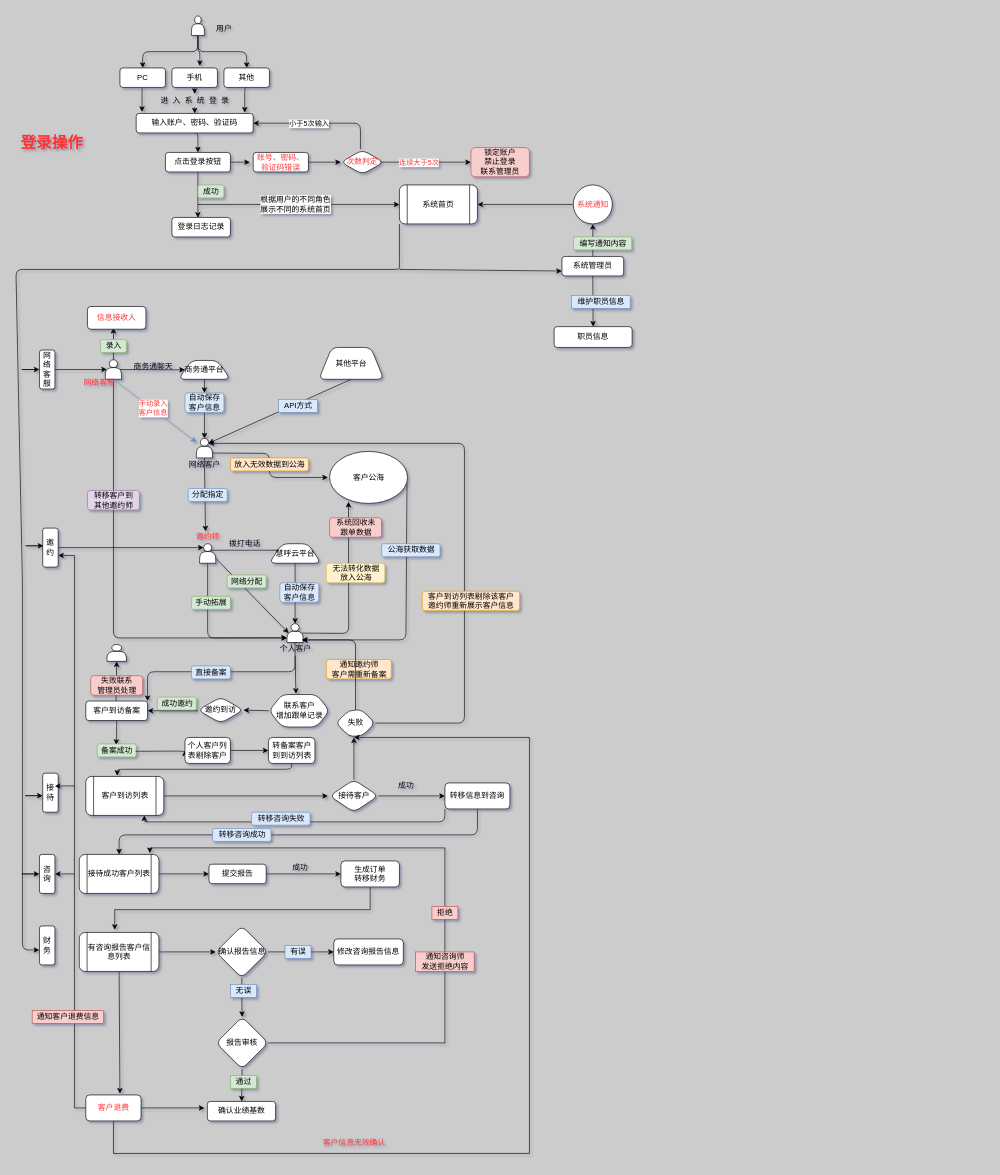
Earlier version of the draw.io diagram Untitled Diagram.drawio (cdcmo/hgedu). Source tidied: cells renumbered, new cells numbered last; positions are measured from the earlier drawing's top-left corner, leaving out a move shared by most shapes. Both pictures are drawn from the tidied source at 65%, with x=0, y=0 at pixel (16, 16).
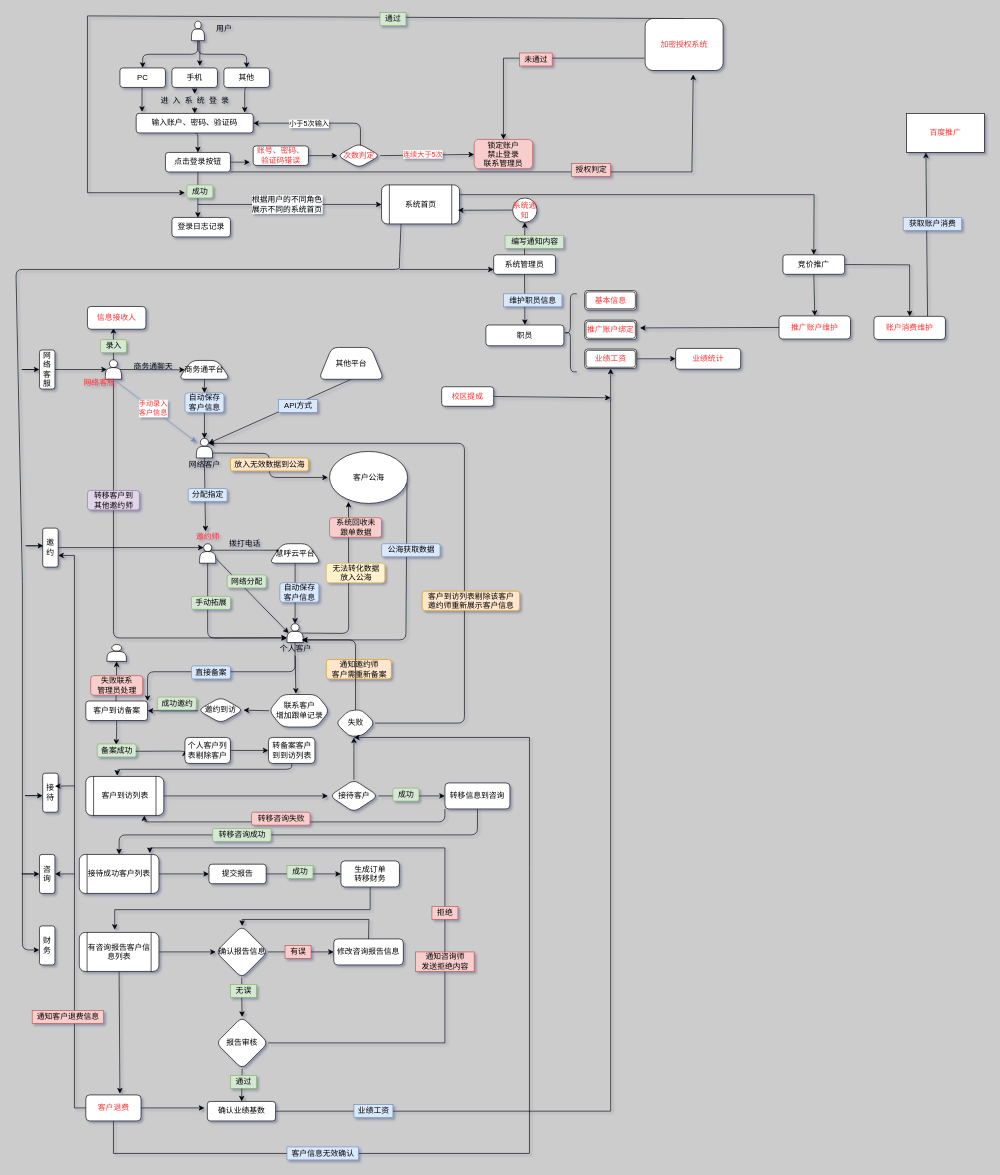
After the change.

The change refers to these unchanged cells:
```xml
<mxCell id="21" value="点击登录按钮" style="whiteSpace=wrap;html=1;rounded=1;" parent="1" vertex="1">
  <mxGeometry x="230" y="210" width="100" height="30" as="geometry" />
</mxCell>
<mxCell id="127" value="财务" style="whiteSpace=wrap;html=1;fontColor=#000000;rounded=1;" parent="1" vertex="1">
  <mxGeometry x="36.2" y="1400" width="23.8" height="60" as="geometry" />
</mxCell>
<mxCell id="135" value="修改咨询报告信息" style="rounded=1;whiteSpace=wrap;html=1;" parent="1" vertex="1">
  <mxGeometry x="489" y="1420" width="107" height="40" as="geometry" />
</mxCell>
<mxCell id="146" value="&lt;font color=&quot;#000000&quot;&gt;确认业绩基数&lt;/font&gt;" style="rounded=1;whiteSpace=wrap;html=1;fontColor=#FF3333;" parent="1" vertex="1">
  <mxGeometry x="294.5" y="1670" width="105" height="30" as="geometry" />
</mxCell>
```

What changed in the source:
```diff
@@
     <mxCell id="13" style="shape=actor;whiteSpace=wrap;html=1;rounded=1;" parent="1" vertex="1">
-      <mxGeometry x="270" width="20" height="30" as="geometry" />
+      <mxGeometry x="270" y="8" width="20" height="30" as="geometry" />
     </mxCell>
@@
+    <mxCell id="166" style="edgeStyle=none;rounded=0;jettySize=auto;html=1;exitX=1;exitY=1;exitDx=0;exitDy=0;fontColor=#FF3333;entryX=0.617;entryY=1.075;entryDx=0;entryDy=0;entryPerimeter=0;" parent="1" edge="1" source="21" target="180">
+      <mxGeometry relative="1" as="geometry">
+        <Array as="points">
+          <mxPoint x="1040" y="240" />
+        </Array>
+      </mxGeometry>
+    </mxCell>
@@
     <mxCell id="23" value="成功" style="text;html=1;align=center;verticalAlign=middle;points=[];fillColor=#d5e8d4;strokeColor=#82b366;rounded=1;" parent="1" vertex="1">
-      <mxGeometry x="280" y="260" width="40" height="20" as="geometry" />
+      <mxGeometry x="263" y="260" width="40" height="20" as="geometry" />
     </mxCell>
-    <mxCell id="24" style="edgeStyle=none;jettySize=auto;html=1;exitX=1;exitY=0.5;exitDx=0;exitDy=0;" parent="1" edge="1" source="25">
-      <mxGeometry relative="1" as="geometry">
-        <mxPoint x="500" y="225" as="targetPoint" />
-      </mxGeometry>
+    <mxCell id="24" style="edgeStyle=none;jettySize=auto;html=1;exitX=1;exitY=0.5;exitDx=0;exitDy=0;entryX=0;entryY=0.5;entryDx=0;entryDy=0;" parent="1" edge="1" source="25" target="31">
+      <mxGeometry relative="1" as="geometry" />
     </mxCell>
     <mxCell id="25" value="&lt;span style=&quot;color: rgb(255 , 51 , 51)&quot;&gt;账号、密码、&lt;/span&gt;&lt;br style=&quot;color: rgb(255 , 51 , 51)&quot;&gt;&lt;span style=&quot;color: rgb(255 , 51 , 51)&quot;&gt;验证码错误&lt;/span&gt;" style="whiteSpace=wrap;html=1;rounded=1;" parent="1" vertex="1">
-      <mxGeometry x="365" y="210" width="85" height="30" as="geometry" />
+      <mxGeometry x="365" y="200" width="85" height="30" as="geometry" />
     </mxCell>
-    <mxCell id="26" style="edgeStyle=none;jettySize=auto;html=1;exitX=1;exitY=0.5;exitDx=0;exitDy=0;" parent="1" edge="1" target="30">
-      <mxGeometry relative="1" as="geometry">
-        <mxPoint x="560" y="225" as="sourcePoint" />
-      </mxGeometry>
+    <mxCell id="26" style="edgeStyle=none;jettySize=auto;html=1;exitX=1;exitY=0.5;exitDx=0;exitDy=0;" parent="1" edge="1" source="31" target="30">
+      <mxGeometry relative="1" as="geometry" />
     </mxCell>
     <mxCell id="27" value="连续大于5次" style="edgeLabel;html=1;align=center;verticalAlign=middle;fontColor=#FF3333;rounded=1;" parent="26" vertex="1">
       <mxGeometry x="-0.31" y="-1" relative="1" as="geometry">
-        <mxPoint x="11.7" y="-1" as="offset" />
+        <mxPoint x="14.5" y="-2.8" as="offset" />
       </mxGeometry>
     </mxCell>
@@
     <mxCell id="30" value="锁定账户&lt;br&gt;禁止登录&lt;br&gt;联系管理员" style="whiteSpace=wrap;html=1;fillColor=#f8cecc;strokeColor=#b85450;rounded=1;" parent="1" vertex="1">
-      <mxGeometry x="700" y="202.5" width="90" height="45" as="geometry" />
+      <mxGeometry x="705" y="190" width="90" height="45" as="geometry" />
     </mxCell>
     <mxCell id="31" value="次数判定" style="rhombus;whiteSpace=wrap;html=1;fontColor=#FF3333;rounded=1;" parent="1" vertex="1">
-      <mxGeometry x="500" y="206.2" width="66" height="37.5" as="geometry" />
+      <mxGeometry x="494.5" y="196.2" width="66" height="37.5" as="geometry" />
     </mxCell>
-    <mxCell id="32" style="edgeStyle=none;jettySize=auto;html=1;exitX=0;exitY=1;exitDx=0;exitDy=0;fontColor=#000000;entryX=-0.011;entryY=0.617;entryDx=0;entryDy=0;entryPerimeter=0;" parent="1" edge="1" source="33" target="127">
+    <mxCell id="32" style="edgeStyle=none;jettySize=auto;html=1;exitX=0.25;exitY=1;exitDx=0;exitDy=0;fontColor=#000000;entryX=-0.011;entryY=0.617;entryDx=0;entryDy=0;entryPerimeter=0;" parent="1" edge="1" source="33" target="127">
       <mxGeometry relative="1" as="geometry">
         <Array as="points">
           <mxPoint x="590" y="380" />
           <mxPoint x="590" y="390" />
           <mxPoint y="390" />
           <mxPoint x="10" y="870" />
           <mxPoint x="10" y="1110" />
           <mxPoint x="10" y="1230" />
           <mxPoint x="10" y="1313" />
           <mxPoint x="10" y="1437" />
         </Array>
       </mxGeometry>
     </mxCell>
+    <mxCell id="167" style="edgeStyle=none;rounded=0;jettySize=auto;html=1;exitX=1;exitY=0.25;exitDx=0;exitDy=0;entryX=0.5;entryY=0;entryDx=0;entryDy=0;fontColor=#FF3333;" parent="1" edge="1" source="33" target="186">
+      <mxGeometry relative="1" as="geometry">
+        <Array as="points">
+          <mxPoint x="1028" y="275" />
+          <mxPoint x="1228" y="275" />
+        </Array>
+      </mxGeometry>
+    </mxCell>
     <mxCell id="33" value="&lt;font color=&quot;#000000&quot;&gt;系统首页&lt;/font&gt;" style="shape=process;whiteSpace=wrap;html=1;backgroundOutline=1;fontColor=#FF3333;rounded=1;" parent="1" vertex="1">
-      <mxGeometry x="590" y="260" width="120" height="60" as="geometry" />
+      <mxGeometry x="562.5" y="260" width="120" height="60" as="geometry" />
     </mxCell>
-    <mxCell id="34" value="&lt;b&gt;&lt;font style=&quot;font-size: 24px&quot;&gt;登录操作&lt;/font&gt;&lt;/b&gt;" style="text;html=1;align=center;verticalAlign=middle;fontColor=#FF3333;rounded=1;" parent="1" vertex="1">
-      <mxGeometry y="186.2" width="110" height="20" as="geometry" />
-    </mxCell>
@@
-    <mxCell id="94" value="成功" style="text;html=1;align=center;verticalAlign=middle;fontColor=#000000;rounded=1;" parent="1" vertex="1">
-      <mxGeometry x="580" y="1175" width="40" height="20" as="geometry" />
+    <mxCell id="94" value="成功" style="text;html=1;align=center;verticalAlign=middle;rounded=1;fillColor=#d5e8d4;strokeColor=#82b366;" parent="1" vertex="1">
+      <mxGeometry x="580" y="1188" width="40" height="20" as="geometry" />
     </mxCell>
@@
-    <mxCell id="110" value="转移咨询成功" style="text;html=1;align=center;verticalAlign=middle;fillColor=#dae8fc;strokeColor=#6c8ebf;rounded=1;" parent="1" vertex="1">
+    <mxCell id="110" value="转移咨询成功" style="text;html=1;align=center;verticalAlign=middle;fillColor=#d5e8d4;strokeColor=#82b366;rounded=1;" parent="1" vertex="1">
       <mxGeometry x="302.5" y="1250" width="90" height="20" as="geometry" />
     </mxCell>
-    <mxCell id="111" value="转移咨询失败" style="text;html=1;align=center;verticalAlign=middle;fillColor=#dae8fc;strokeColor=#6c8ebf;rounded=1;" parent="1" vertex="1">
+    <mxCell id="111" value="转移咨询失败" style="text;html=1;align=center;verticalAlign=middle;fillColor=#f8cecc;strokeColor=#b85450;rounded=1;" parent="1" vertex="1">
       <mxGeometry x="362.5" y="1225" width="90" height="20" as="geometry" />
     </mxCell>
@@
-    <mxCell id="126" value="成功" style="text;html=1;align=center;verticalAlign=middle;" parent="1" vertex="1">
-      <mxGeometry x="417" y="1300" width="40" height="20" as="geometry" />
+    <mxCell id="126" value="成功" style="text;html=1;align=center;verticalAlign=middle;fillColor=#d5e8d4;strokeColor=#82b366;" parent="1" vertex="1">
+      <mxGeometry x="417" y="1307" width="40" height="20" as="geometry" />
     </mxCell>
@@
+    <mxCell id="168" style="edgeStyle=none;rounded=0;jettySize=auto;html=1;exitX=0.5;exitY=0;exitDx=0;exitDy=0;fontColor=#FF3333;" parent="1" edge="1" source="135">
+      <mxGeometry relative="1" as="geometry">
+        <mxPoint x="348" y="1400" as="targetPoint" />
+        <Array as="points">
+          <mxPoint x="543" y="1390" />
+          <mxPoint x="348" y="1390" />
+        </Array>
+      </mxGeometry>
+    </mxCell>
@@
-    <mxCell id="136" value="有误" style="text;html=1;align=center;verticalAlign=middle;fillColor=#dae8fc;strokeColor=#6c8ebf;" parent="1" vertex="1">
+    <mxCell id="136" value="有误" style="text;html=1;align=center;verticalAlign=middle;fillColor=#f8cecc;strokeColor=#b85450;" parent="1" vertex="1">
       <mxGeometry x="414" y="1430" width="40" height="20" as="geometry" />
     </mxCell>
@@
-    <mxCell id="145" value="&lt;font color=&quot;#000000&quot;&gt;无误&lt;/font&gt;" style="text;html=1;align=center;verticalAlign=middle;fillColor=#dae8fc;strokeColor=#6c8ebf;" parent="1" vertex="1">
+    <mxCell id="145" value="&lt;font color=&quot;#000000&quot;&gt;无误&lt;/font&gt;" style="text;html=1;align=center;verticalAlign=middle;fillColor=#d5e8d4;strokeColor=#82b366;" parent="1" vertex="1">
       <mxGeometry x="330" y="1490" width="40" height="20" as="geometry" />
     </mxCell>
+    <mxCell id="169" style="edgeStyle=none;rounded=0;jettySize=auto;html=1;exitX=1;exitY=0.5;exitDx=0;exitDy=0;entryX=0.5;entryY=1;entryDx=0;entryDy=0;fontColor=#FF3333;" parent="1" edge="1" source="146" target="173">
+      <mxGeometry relative="1" as="geometry">
+        <Array as="points">
+          <mxPoint x="915" y="1685" />
+        </Array>
+      </mxGeometry>
+    </mxCell>
@@
-    <mxCell id="153" value="客户信息无效确认" style="text;html=1;align=center;verticalAlign=middle;fontColor=#FF3333;" parent="1" vertex="1">
-      <mxGeometry x="465" y="1724" width="110" height="20" as="geometry" />
+    <mxCell id="153" value="客户信息无效确认" style="text;html=1;align=center;verticalAlign=middle;fillColor=#dae8fc;strokeColor=#6c8ebf;" parent="1" vertex="1">
+      <mxGeometry x="417" y="1740" width="110" height="20" as="geometry" />
     </mxCell>
@@
-    <mxCell id="157" style="edgeStyle=none;rounded=0;jettySize=auto;html=1;exitX=0;exitY=0.5;exitDx=0;exitDy=0;entryX=1;entryY=0.5;entryDx=0;entryDy=0;fontColor=#FF3333;" parent="1" edge="1" source="158" target="33">
+    <mxCell id="157" style="edgeStyle=none;rounded=0;jettySize=auto;html=1;exitX=0;exitY=0.5;exitDx=0;exitDy=0;entryX=0.979;entryY=0.65;entryDx=0;entryDy=0;entryPerimeter=0;fontColor=#FF3333;" parent="1" edge="1" source="158" target="33">
       <mxGeometry relative="1" as="geometry" />
     </mxCell>
     <mxCell id="158" value="系统通知" style="ellipse;whiteSpace=wrap;html=1;rounded=1;fontColor=#FF3333;" parent="1" vertex="1">
-      <mxGeometry x="857.5" y="260" width="60" height="60" as="geometry" />
+      <mxGeometry x="764.2" y="280" width="37.5" height="37.5" as="geometry" />
     </mxCell>
@@
     <mxCell id="162" value="系统管理员" style="whiteSpace=wrap;html=1;fontColor=#000000;rounded=1;" parent="1" vertex="1">
-      <mxGeometry x="840" y="370" width="95" height="30" as="geometry" />
+      <mxGeometry x="735" y="367.5" width="95" height="30" as="geometry" />
     </mxCell>
     <mxCell id="163" value="编写通知内容" style="text;html=1;align=center;verticalAlign=middle;fillColor=#d5e8d4;strokeColor=#82b366;" parent="1" vertex="1">
-      <mxGeometry x="857.5" y="340" width="90" height="20" as="geometry" />
+      <mxGeometry x="752.5" y="337.5" width="90" height="20" as="geometry" />
     </mxCell>
-    <mxCell id="164" value="&lt;font color=&quot;#000000&quot;&gt;职员信息&lt;/font&gt;" style="rounded=1;whiteSpace=wrap;html=1;fontColor=#FF3333;" parent="1" vertex="1">
-      <mxGeometry x="828" y="478" width="120" height="32" as="geometry" />
+    <mxCell id="164" value="&lt;font color=&quot;#000000&quot;&gt;职员&lt;/font&gt;" style="rounded=1;whiteSpace=wrap;html=1;fontColor=#FF3333;" parent="1" vertex="1">
+      <mxGeometry x="723" y="475.5" width="120" height="32" as="geometry" />
     </mxCell>
     <mxCell id="165" value="维护职员信息" style="text;html=1;align=center;verticalAlign=middle;fillColor=#dae8fc;strokeColor=#6c8ebf;" parent="1" vertex="1">
-      <mxGeometry x="855" y="430" width="90" height="20" as="geometry" />
+      <mxGeometry x="750" y="427.5" width="90" height="20" as="geometry" />
     </mxCell>
+    <mxCell id="170" style="shape=curlyBracket;whiteSpace=wrap;html=1;rounded=1;fontColor=#FF3333;" parent="1" vertex="1">
+      <mxGeometry x="843" y="427.5" width="20" height="120" as="geometry" />
+    </mxCell>
+    <mxCell id="171" value="推广账户绑定" style="shape=ext;double=1;rounded=1;whiteSpace=wrap;html=1;fontColor=#FF3333;" parent="1" vertex="1">
+      <mxGeometry x="875" y="468" width="80" height="30" as="geometry" />
+    </mxCell>
+    <mxCell id="172" style="edgeStyle=none;rounded=0;jettySize=auto;html=1;exitX=1;exitY=0.5;exitDx=0;exitDy=0;entryX=0;entryY=0.5;entryDx=0;entryDy=0;fontColor=#FF3333;" parent="1" edge="1" source="173" target="177">
+      <mxGeometry relative="1" as="geometry" />
+    </mxCell>
+    <mxCell id="173" value="业绩工资" style="shape=ext;double=1;rounded=1;whiteSpace=wrap;html=1;fontColor=#FF3333;" parent="1" vertex="1">
+      <mxGeometry x="875" y="512.5" width="80" height="30" as="geometry" />
+    </mxCell>
+    <mxCell id="174" value="业绩工资" style="text;html=1;align=center;verticalAlign=middle;fillColor=#dae8fc;strokeColor=#6c8ebf;" parent="1" vertex="1">
+      <mxGeometry x="520" y="1675" width="60" height="20" as="geometry" />
+    </mxCell>
+    <mxCell id="175" style="edgeStyle=none;rounded=0;jettySize=auto;html=1;exitX=1;exitY=0.5;exitDx=0;exitDy=0;fontColor=#FF3333;" parent="1" edge="1" source="176">
+      <mxGeometry relative="1" as="geometry">
+        <mxPoint x="915" y="587.5" as="targetPoint" />
+      </mxGeometry>
+    </mxCell>
+    <mxCell id="176" value="校区提成" style="rounded=1;whiteSpace=wrap;html=1;fontColor=#FF3333;" parent="1" vertex="1">
+      <mxGeometry x="655" y="570.5" width="80" height="30" as="geometry" />
+    </mxCell>
+    <mxCell id="177" value="业绩统计" style="rounded=1;whiteSpace=wrap;html=1;fontColor=#FF3333;" parent="1" vertex="1">
+      <mxGeometry x="1015" y="511.5" width="100" height="32" as="geometry" />
+    </mxCell>
+    <mxCell id="178" style="edgeStyle=none;rounded=0;jettySize=auto;html=1;entryX=0.5;entryY=0;entryDx=0;entryDy=0;fontColor=#FF3333;" parent="1" edge="1" target="30">
+      <mxGeometry relative="1" as="geometry">
+        <mxPoint x="967" y="65" as="sourcePoint" />
+        <Array as="points">
+          <mxPoint x="750" y="65" />
+        </Array>
+      </mxGeometry>
+    </mxCell>
+    <mxCell id="179" style="edgeStyle=none;rounded=0;jettySize=auto;html=1;exitX=0.5;exitY=0;exitDx=0;exitDy=0;entryX=-0.075;entryY=0.6;entryDx=0;entryDy=0;entryPerimeter=0;fontColor=#FF3333;" parent="1" edge="1" source="180" target="23">
+      <mxGeometry relative="1" as="geometry">
+        <Array as="points">
+          <mxPoint x="110" />
+          <mxPoint x="110" y="272" />
+        </Array>
+      </mxGeometry>
+    </mxCell>
+    <mxCell id="180" value="加密授权系统" style="rounded=1;whiteSpace=wrap;html=1;fontColor=#FF3333;" parent="1" vertex="1">
+      <mxGeometry x="968" y="4" width="120" height="80" as="geometry" />
+    </mxCell>
+    <mxCell id="181" value="授权判定" style="text;html=1;align=center;verticalAlign=middle;fillColor=#f8cecc;strokeColor=#b85450;" parent="1" vertex="1">
+      <mxGeometry x="855" y="227" width="60" height="20" as="geometry" />
+    </mxCell>
+    <mxCell id="182" value="未通过" style="text;html=1;align=center;verticalAlign=middle;fillColor=#f8cecc;strokeColor=#b85450;" parent="1" vertex="1">
+      <mxGeometry x="775" y="57" width="50" height="20" as="geometry" />
+    </mxCell>
+    <mxCell id="183" value="通过" style="text;html=1;align=center;verticalAlign=middle;fillColor=#d5e8d4;strokeColor=#82b366;" parent="1" vertex="1">
+      <mxGeometry x="560" y="-5" width="40" height="20" as="geometry" />
+    </mxCell>
+    <mxCell id="184" style="edgeStyle=none;rounded=0;jettySize=auto;html=1;exitX=0.5;exitY=1;exitDx=0;exitDy=0;entryX=0.5;entryY=0;entryDx=0;entryDy=0;fontColor=#FF3333;" parent="1" edge="1" source="186" target="189">
+      <mxGeometry relative="1" as="geometry" />
+    </mxCell>
+    <mxCell id="185" style="edgeStyle=none;rounded=0;jettySize=auto;html=1;exitX=1;exitY=0.5;exitDx=0;exitDy=0;entryX=0.5;entryY=0;entryDx=0;entryDy=0;fontColor=#FF3333;" parent="1" edge="1" source="186" target="191">
+      <mxGeometry relative="1" as="geometry">
+        <Array as="points">
+          <mxPoint x="1375" y="383" />
+        </Array>
+      </mxGeometry>
+    </mxCell>
+    <mxCell id="186" value="竞价推广" style="whiteSpace=wrap;html=1;fontColor=#000000;rounded=1;" parent="1" vertex="1">
+      <mxGeometry x="1180" y="367.5" width="95" height="30" as="geometry" />
+    </mxCell>
+    <mxCell id="187" value="基本信息" style="shape=ext;double=1;rounded=1;whiteSpace=wrap;html=1;fontColor=#FF3333;" parent="1" vertex="1">
+      <mxGeometry x="875" y="422.5" width="80" height="30" as="geometry" />
+    </mxCell>
+    <mxCell id="188" style="edgeStyle=none;rounded=0;jettySize=auto;html=1;exitX=0;exitY=0.5;exitDx=0;exitDy=0;fontColor=#FF3333;" parent="1" edge="1" source="189">
+      <mxGeometry relative="1" as="geometry">
+        <mxPoint x="960" y="480" as="targetPoint" />
+      </mxGeometry>
+    </mxCell>
+    <mxCell id="189" value="推广账户维护" style="rounded=1;whiteSpace=wrap;html=1;fontColor=#FF3333;" parent="1" vertex="1">
+      <mxGeometry x="1174" y="461.5" width="110" height="35.5" as="geometry" />
+    </mxCell>
+    <mxCell id="190" style="edgeStyle=none;rounded=0;jettySize=auto;html=1;exitX=0.75;exitY=0;exitDx=0;exitDy=0;entryX=0.25;entryY=1;entryDx=0;entryDy=0;fontColor=#FF3333;" parent="1" edge="1" source="191" target="192">
+      <mxGeometry relative="1" as="geometry" />
+    </mxCell>
+    <mxCell id="191" value="账户消费维护" style="rounded=1;whiteSpace=wrap;html=1;fontColor=#FF3333;" parent="1" vertex="1">
+      <mxGeometry x="1320" y="462.2" width="110" height="35.5" as="geometry" />
+    </mxCell>
+    <mxCell id="192" value="百度推广" style="rounded=0;whiteSpace=wrap;html=1;fontColor=#FF3333;" parent="1" vertex="1">
+      <mxGeometry x="1370" y="150" width="120" height="60" as="geometry" />
+    </mxCell>
+    <mxCell id="193" value="获取账户消费" style="text;html=1;align=center;verticalAlign=middle;fillColor=#dae8fc;strokeColor=#6c8ebf;" parent="1" vertex="1">
+      <mxGeometry x="1365" y="310" width="90" height="20" as="geometry" />
+    </mxCell>
```
